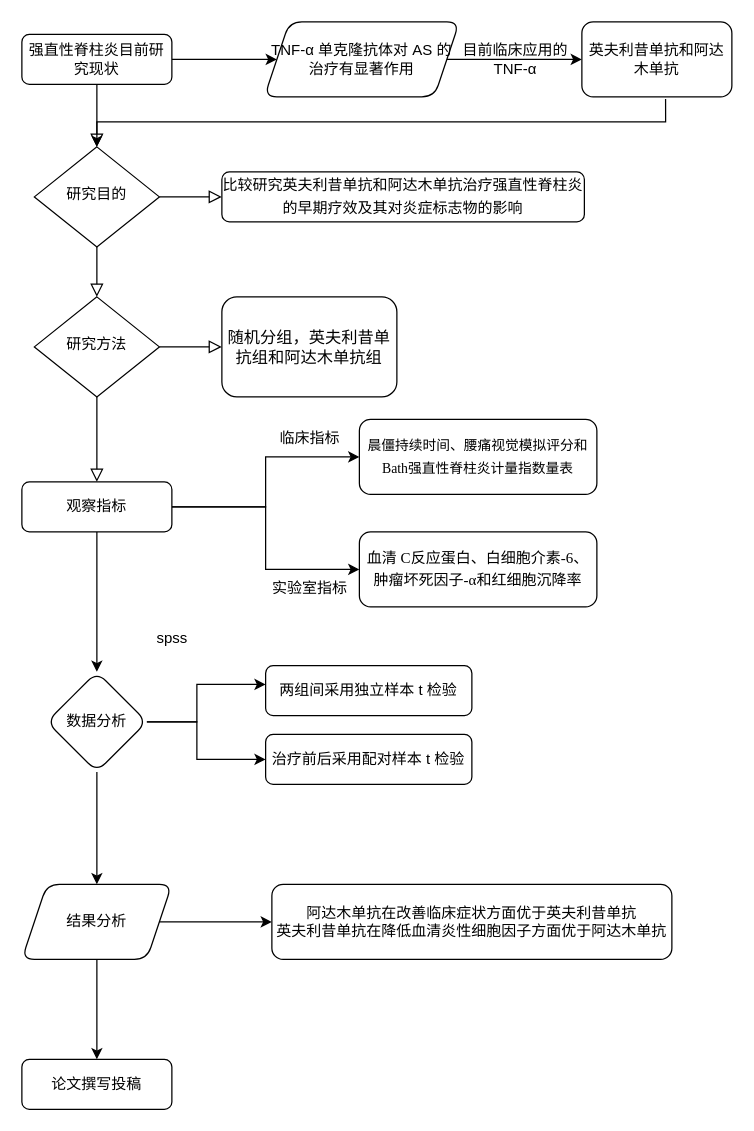
wzcsuxy/spinecenter keeps this draw.io diagram as 未命名绘图.drawio. Above is the earlier version. Source tidied: cells renumbered, new cells numbered last; positions are measured from the earlier drawing's top-left corner, leaving out a move shared by most shapes. Both pictures are drawn from the tidied source at 125%, with x=0, y=0 at pixel (21, 21).
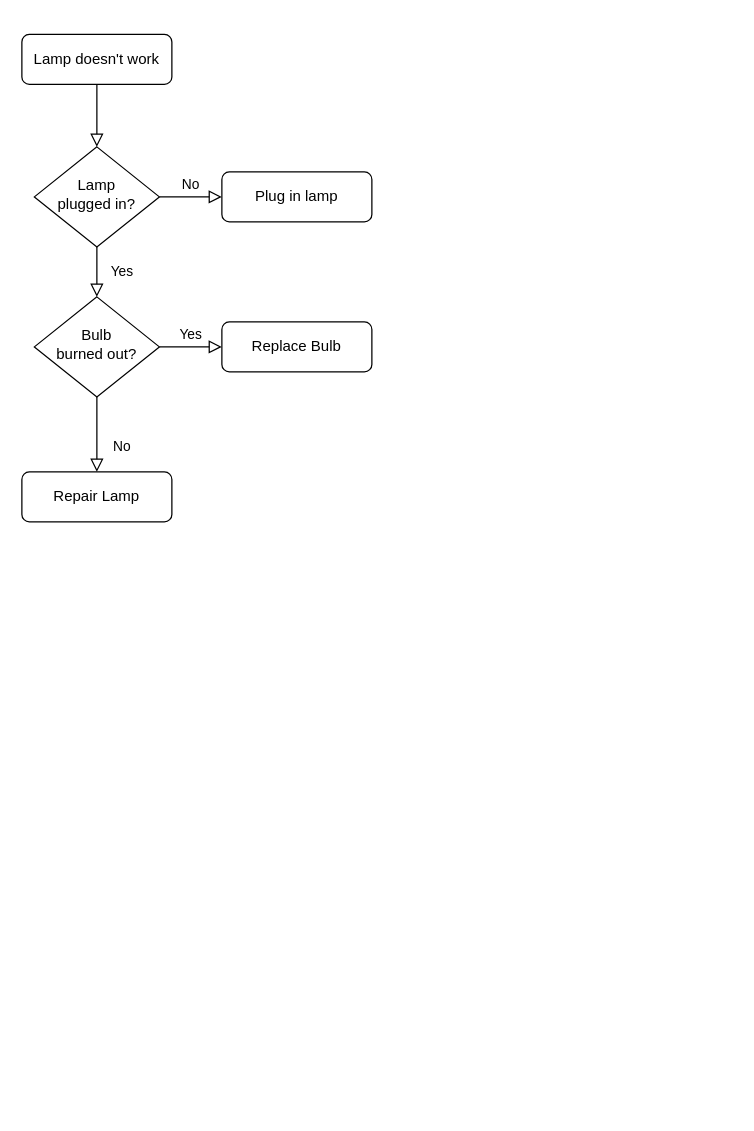
After the change.

Commit message:
已添加 未命名绘图.drawio

What changed in the source:
```diff
@@
-    <mxCell id="2" style="rounded=0;html=1;jettySize=auto;fontSize=11;endArrow=block;endFill=0;endSize=8;strokeWidth=1;shadow=0;labelBackgroundColor=none;edgeStyle=orthogonalEdgeStyle;exitX=0.558;exitY=1.028;exitDx=0;exitDy=0;exitPerimeter=0;" parent="1" edge="1" source="20" target="8">
-      <mxGeometry relative="1" as="geometry">
-        <Array as="points">
-          <mxPoint x="515" y="80" />
-          <mxPoint x="60" y="80" />
-        </Array>
-      </mxGeometry>
+    <mxCell id="2" style="rounded=0;html=1;jettySize=auto;fontSize=11;endArrow=block;endFill=0;endSize=8;strokeWidth=1;shadow=0;labelBackgroundColor=none;edgeStyle=orthogonalEdgeStyle;" parent="1" edge="1" source="5" target="8">
+      <mxGeometry relative="1" as="geometry" />
     </mxCell>
-    <mxCell id="3" style="edgeStyle=orthogonalEdgeStyle;rounded=0;jettySize=auto;html=1;" parent="1" edge="1" source="5" target="19">
-      <mxGeometry relative="1" as="geometry" />
-    </mxCell>
-    <mxCell id="4" style="edgeStyle=orthogonalEdgeStyle;rounded=0;jettySize=auto;html=1;" parent="1" edge="1" source="5" target="8">
-      <mxGeometry relative="1" as="geometry" />
-    </mxCell>
-    <mxCell id="5" value="强直性脊柱炎目前研究现状" style="rounded=1;whiteSpace=wrap;html=1;fontSize=12;glass=0;strokeWidth=1;shadow=0;" parent="1" vertex="1">
+    <mxCell id="5" value="Lamp doesn't work" style="rounded=1;whiteSpace=wrap;html=1;fontSize=12;glass=0;strokeWidth=1;shadow=0;" parent="1" vertex="1">
       <mxGeometry y="10" width="120" height="40" as="geometry" />
     </mxCell>
-    <mxCell id="6" style="rounded=0;html=1;jettySize=auto;fontSize=11;endArrow=block;endFill=0;endSize=8;strokeWidth=1;shadow=0;labelBackgroundColor=none;edgeStyle=orthogonalEdgeStyle;" parent="1" edge="1" source="8" target="12">
+    <mxCell id="6" value="Yes" style="rounded=0;html=1;jettySize=auto;fontSize=11;endArrow=block;endFill=0;endSize=8;strokeWidth=1;shadow=0;labelBackgroundColor=none;edgeStyle=orthogonalEdgeStyle;" parent="1" edge="1" source="8" target="12">
       <mxGeometry y="20" relative="1" as="geometry" />
     </mxCell>
-    <mxCell id="7" style="edgeStyle=orthogonalEdgeStyle;rounded=0;html=1;jettySize=auto;fontSize=11;endArrow=block;endFill=0;endSize=8;strokeWidth=1;shadow=0;labelBackgroundColor=none;" parent="1" edge="1" source="8" target="9">
+    <mxCell id="7" value="No" style="edgeStyle=orthogonalEdgeStyle;rounded=0;html=1;jettySize=auto;fontSize=11;endArrow=block;endFill=0;endSize=8;strokeWidth=1;shadow=0;labelBackgroundColor=none;" parent="1" edge="1" source="8" target="9">
       <mxGeometry y="10" relative="1" as="geometry" />
     </mxCell>
-    <mxCell id="8" value="研究目的" style="rhombus;whiteSpace=wrap;html=1;shadow=0;fontFamily=Helvetica;fontSize=12;align=center;strokeWidth=1;spacing=6;spacingTop=-4;" parent="1" vertex="1">
+    <mxCell id="8" value="Lamp&lt;br&gt;plugged in?" style="rhombus;whiteSpace=wrap;html=1;shadow=0;fontFamily=Helvetica;fontSize=12;align=center;strokeWidth=1;spacing=6;spacingTop=-4;" parent="1" vertex="1">
       <mxGeometry x="10" y="100" width="100" height="80" as="geometry" />
     </mxCell>
-    <mxCell id="9" value="比较研究英夫利昔单抗和阿达木单抗治疗强直性脊柱炎的早期疗效及其对炎症标志物的影响&lt;span style=&quot;font-size: medium; text-align: start;&quot;&gt;&lt;/span&gt;" style="rounded=1;whiteSpace=wrap;html=1;fontSize=12;glass=0;strokeWidth=1;shadow=0;" parent="1" vertex="1">
-      <mxGeometry x="160" y="120" width="290" height="40" as="geometry" />
+    <mxCell id="9" value="Plug in lamp" style="rounded=1;whiteSpace=wrap;html=1;fontSize=12;glass=0;strokeWidth=1;shadow=0;" parent="1" vertex="1">
+      <mxGeometry x="160" y="120" width="120" height="40" as="geometry" />
     </mxCell>
-    <mxCell id="10" style="rounded=0;html=1;jettySize=auto;fontSize=11;endArrow=block;endFill=0;endSize=8;strokeWidth=1;shadow=0;labelBackgroundColor=none;edgeStyle=orthogonalEdgeStyle;" parent="1" edge="1" source="12" target="16">
+    <mxCell id="10" value="No" style="rounded=0;html=1;jettySize=auto;fontSize=11;endArrow=block;endFill=0;endSize=8;strokeWidth=1;shadow=0;labelBackgroundColor=none;edgeStyle=orthogonalEdgeStyle;" parent="1" edge="1" source="12" target="16">
       <mxGeometry x="0.33" y="20" relative="1" as="geometry" />
     </mxCell>
-    <mxCell id="11" style="edgeStyle=orthogonalEdgeStyle;rounded=0;html=1;jettySize=auto;fontSize=11;endArrow=block;endFill=0;endSize=8;strokeWidth=1;shadow=0;labelBackgroundColor=none;" parent="1" edge="1" source="12" target="17">
+    <mxCell id="11" value="Yes" style="edgeStyle=orthogonalEdgeStyle;rounded=0;html=1;jettySize=auto;fontSize=11;endArrow=block;endFill=0;endSize=8;strokeWidth=1;shadow=0;labelBackgroundColor=none;" parent="1" edge="1" source="12" target="17">
       <mxGeometry y="10" relative="1" as="geometry" />
     </mxCell>
-    <mxCell id="12" value="研究方法" style="rhombus;whiteSpace=wrap;html=1;shadow=0;fontFamily=Helvetica;fontSize=12;align=center;strokeWidth=1;spacing=6;spacingTop=-4;" parent="1" vertex="1">
+    <mxCell id="12" value="Bulb&lt;br&gt;burned out?" style="rhombus;whiteSpace=wrap;html=1;shadow=0;fontFamily=Helvetica;fontSize=12;align=center;strokeWidth=1;spacing=6;spacingTop=-4;" parent="1" vertex="1">
       <mxGeometry x="10" y="220" width="100" height="80" as="geometry" />
     </mxCell>
-    <mxCell id="13" style="edgeStyle=orthogonalEdgeStyle;rounded=0;jettySize=auto;html=1;" parent="1" edge="1" source="16" target="22">
-      <mxGeometry relative="1" as="geometry" />
-    </mxCell>
-    <mxCell id="14" style="edgeStyle=orthogonalEdgeStyle;rounded=0;jettySize=auto;html=1;entryX=0;entryY=0.5;entryDx=0;entryDy=0;" parent="1" edge="1" source="16" target="24">
-      <mxGeometry relative="1" as="geometry" />
-    </mxCell>
-    <mxCell id="15" style="edgeStyle=orthogonalEdgeStyle;rounded=0;jettySize=auto;html=1;" parent="1" edge="1" source="16" target="29">
-      <mxGeometry relative="1" as="geometry" />
-    </mxCell>
-    <mxCell id="16" value="观察指标" style="rounded=1;whiteSpace=wrap;html=1;fontSize=12;glass=0;strokeWidth=1;shadow=0;" parent="1" vertex="1">
-      <mxGeometry y="368" width="120" height="40" as="geometry" />
+    <mxCell id="16" value="Repair Lamp" style="rounded=1;whiteSpace=wrap;html=1;fontSize=12;glass=0;strokeWidth=1;shadow=0;" parent="1" vertex="1">
+      <mxGeometry y="360" width="120" height="40" as="geometry" />
     </mxCell>
-    <mxCell id="17" value="&lt;div style=&quot;text-align: center;&quot;&gt;&lt;span style=&quot;font-family: 宋体; text-align: start; font-size: 13px; background-color: transparent;&quot;&gt;随机分组，英夫利昔单抗组和阿达木单抗组&lt;/span&gt;&lt;/div&gt;&lt;span style=&quot;font-size: medium; text-align: start;&quot;&gt;&lt;/span&gt;" style="rounded=1;whiteSpace=wrap;html=1;fontSize=12;glass=0;strokeWidth=1;shadow=0;" parent="1" vertex="1">
-      <mxGeometry x="160" y="220" width="140" height="80" as="geometry" />
+    <mxCell id="17" value="Replace Bulb" style="rounded=1;whiteSpace=wrap;html=1;fontSize=12;glass=0;strokeWidth=1;shadow=0;" parent="1" vertex="1">
+      <mxGeometry x="160" y="240" width="120" height="40" as="geometry" />
     </mxCell>
-    <mxCell id="18" style="edgeStyle=orthogonalEdgeStyle;rounded=0;jettySize=auto;html=1;" parent="1" edge="1" source="19" target="20">
-      <mxGeometry relative="1" as="geometry">
-        <Array as="points">
-          <mxPoint x="370" y="30" />
-          <mxPoint x="370" y="30" />
-        </Array>
-      </mxGeometry>
-    </mxCell>
-    <mxCell id="19" value="TNF-α 单克隆抗体对 AS 的治疗有显著作用" style="shape=parallelogram;perimeter=parallelogramPerimeter;whiteSpace=wrap;html=1;fixedSize=1;rounded=1;glass=0;strokeWidth=1;shadow=0;" parent="1" vertex="1">
-      <mxGeometry x="194" width="156" height="60" as="geometry" />
-    </mxCell>
-    <mxCell id="20" value="英夫利昔单抗和阿达木单抗" style="rounded=1;whiteSpace=wrap;html=1;glass=0;strokeWidth=1;shadow=0;" parent="1" vertex="1">
-      <mxGeometry x="448" width="120" height="60" as="geometry" />
-    </mxCell>
-    <mxCell id="21" value="目前临床应用的TNF-α" style="text;strokeColor=none;align=center;fillColor=none;html=1;verticalAlign=middle;whiteSpace=wrap;rounded=0;" parent="1" vertex="1">
-      <mxGeometry x="350" y="15" width="90" height="30" as="geometry" />
-    </mxCell>
-    <mxCell id="22" value="&lt;font style=&quot;font-size: 11px;&quot;&gt;晨僵持续时间、腰痛视觉模拟评分和&lt;span style=&quot;text-align: start; font-family: &amp;quot;Times New Roman&amp;quot;, serif; font-size: 11px;&quot; lang=&quot;EN-US&quot;&gt;Bath&lt;/span&gt;&lt;span style=&quot;text-align: start; font-family: 宋体; font-size: 11px;&quot;&gt;强直性脊柱炎计量指数量表&lt;/span&gt;&lt;/font&gt;&lt;span style=&quot;font-size: medium; text-align: start;&quot;&gt;&lt;/span&gt;" style="whiteSpace=wrap;html=1;rounded=1;glass=0;strokeWidth=1;shadow=0;" parent="1" vertex="1">
-      <mxGeometry x="270" y="318" width="190" height="60" as="geometry" />
-    </mxCell>
-    <mxCell id="23" value="临床指标" style="text;html=1;align=center;verticalAlign=middle;strokeColor=none;fillColor=none;" parent="1" vertex="1">
-      <mxGeometry x="195" y="318" width="70" height="30" as="geometry" />
-    </mxCell>
-    <mxCell id="24" value="&lt;font style=&quot;font-size: 12px;&quot;&gt;血清&lt;span style=&quot;text-align: start; font-family: &amp;quot;Times New Roman&amp;quot;, serif;&quot; lang=&quot;EN-US&quot;&gt; C&lt;/span&gt;&lt;span style=&quot;text-align: start; font-family: 宋体;&quot;&gt;反应蛋白、白细胞介素&lt;/span&gt;&lt;span style=&quot;text-align: start; font-family: &amp;quot;Times New Roman&amp;quot;, serif;&quot; lang=&quot;EN-US&quot;&gt;-6&lt;/span&gt;&lt;span style=&quot;text-align: start; font-family: 宋体;&quot;&gt;、肿瘤坏死因子&lt;/span&gt;&lt;span style=&quot;text-align: start; font-family: &amp;quot;Times New Roman&amp;quot;, serif;&quot; lang=&quot;EN-US&quot;&gt;-α&lt;/span&gt;&lt;span style=&quot;text-align: start; font-family: 宋体;&quot;&gt;和红细胞沉降率&lt;/span&gt;&lt;/font&gt;&lt;span style=&quot;font-size: medium; text-align: start;&quot;&gt;&lt;/span&gt;" style="whiteSpace=wrap;html=1;rounded=1;glass=0;strokeWidth=1;shadow=0;" parent="1" vertex="1">
-      <mxGeometry x="270" y="408" width="190" height="60" as="geometry" />
-    </mxCell>
-    <mxCell id="25" value="实验室指标" style="text;html=1;align=center;verticalAlign=middle;strokeColor=none;fillColor=none;" parent="1" vertex="1">
-      <mxGeometry x="190" y="438" width="80" height="30" as="geometry" />
-    </mxCell>
-    <mxCell id="26" style="edgeStyle=orthogonalEdgeStyle;rounded=0;jettySize=auto;html=1;" parent="1" edge="1" source="29" target="31">
-      <mxGeometry relative="1" as="geometry">
-        <Array as="points">
-          <mxPoint x="140" y="560" />
-          <mxPoint x="140" y="530" />
-        </Array>
-      </mxGeometry>
-    </mxCell>
-    <mxCell id="27" style="edgeStyle=orthogonalEdgeStyle;rounded=0;jettySize=auto;html=1;" parent="1" edge="1" source="29" target="32">
-      <mxGeometry relative="1" as="geometry">
-        <Array as="points">
-          <mxPoint x="140" y="560" />
-        </Array>
-      </mxGeometry>
-    </mxCell>
-    <mxCell id="28" style="edgeStyle=orthogonalEdgeStyle;rounded=0;jettySize=auto;html=1;" parent="1" edge="1" source="29" target="35">
-      <mxGeometry relative="1" as="geometry" />
-    </mxCell>
-    <mxCell id="29" value="数据分析" style="rhombus;whiteSpace=wrap;html=1;rounded=1;glass=0;strokeWidth=1;shadow=0;" parent="1" vertex="1">
-      <mxGeometry x="20" y="520" width="80" height="80" as="geometry" />
-    </mxCell>
-    <mxCell id="30" value="spss" style="text;html=1;align=center;verticalAlign=middle;strokeColor=none;fillColor=none;" parent="1" vertex="1">
-      <mxGeometry x="95" y="478" width="50" height="30" as="geometry" />
-    </mxCell>
-    <mxCell id="31" value="两组间采用独立样本 t 检验" style="whiteSpace=wrap;html=1;rounded=1;glass=0;strokeWidth=1;shadow=0;" parent="1" vertex="1">
-      <mxGeometry x="195" y="515" width="165" height="40" as="geometry" />
-    </mxCell>
-    <mxCell id="32" value="治疗前后采用配对样本 t 检验" style="whiteSpace=wrap;html=1;rounded=1;glass=0;strokeWidth=1;shadow=0;" parent="1" vertex="1">
-      <mxGeometry x="195" y="570" width="165" height="40" as="geometry" />
-    </mxCell>
-    <mxCell id="33" style="edgeStyle=orthogonalEdgeStyle;rounded=0;jettySize=auto;html=1;" parent="1" edge="1" source="35" target="36">
-      <mxGeometry relative="1" as="geometry" />
-    </mxCell>
-    <mxCell id="34" style="edgeStyle=orthogonalEdgeStyle;rounded=0;jettySize=auto;html=1;" parent="1" edge="1" source="35" target="37">
-      <mxGeometry relative="1" as="geometry" />
-    </mxCell>
-    <mxCell id="35" value="结果分析" style="shape=parallelogram;perimeter=parallelogramPerimeter;whiteSpace=wrap;html=1;fixedSize=1;rounded=1;glass=0;strokeWidth=1;shadow=0;" parent="1" vertex="1">
-      <mxGeometry y="690" width="120" height="60" as="geometry" />
-    </mxCell>
-    <mxCell id="36" value="阿达木单抗在改善临床症状方面优于英夫利昔单抗&lt;br&gt;英夫利昔单抗在降低血清炎性细胞因子方面优于阿达木单抗" style="whiteSpace=wrap;html=1;rounded=1;glass=0;strokeWidth=1;shadow=0;" parent="1" vertex="1">
-      <mxGeometry x="200" y="690" width="320" height="60" as="geometry" />
-    </mxCell>
-    <mxCell id="37" value="论文撰写投稿" style="whiteSpace=wrap;html=1;rounded=1;glass=0;strokeWidth=1;shadow=0;" parent="1" vertex="1">
-      <mxGeometry y="830" width="120" height="40" as="geometry" />
-    </mxCell>
```
